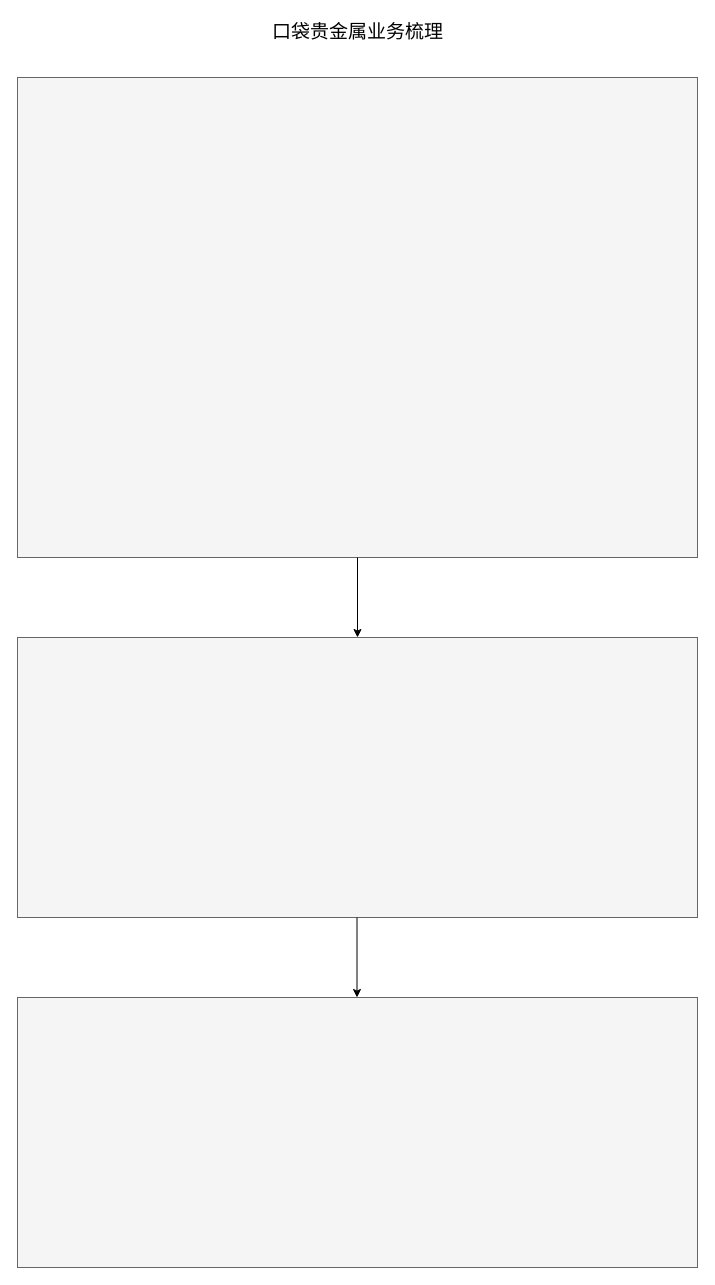
Before: 口袋贵金属业务梳理.drawio in CY-0227/YC_Binary_Config, a draw.io diagram. Source tidied: cells renumbered, new cells numbered last; positions are measured from the earlier drawing's top-left corner, leaving out a move shared by most shapes. Both pictures are drawn from the tidied source at 100%, with x=0, y=0 at pixel (17, 17).
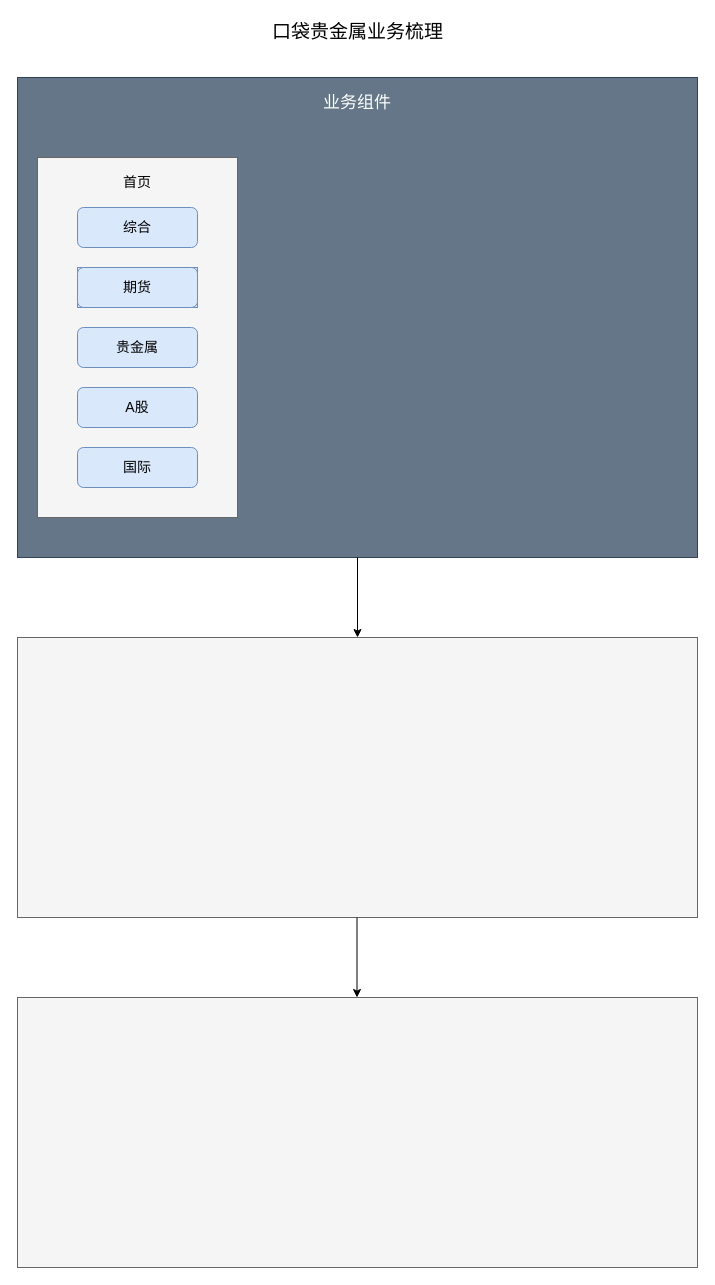
Above is the later version.

Commit message (it also covers changes not shown here):
更新口袋贵金属业务梳理.drawio

Diff of the diagram source:
```diff
@@
-    <mxCell id="2" style="rounded=0;whiteSpace=wrap;html=1;fillColor=#f5f5f5;strokeColor=#666666;fontColor=#333333;" parent="1" vertex="1">
+    <mxCell id="2" style="rounded=0;whiteSpace=wrap;html=1;fillColor=#647687;strokeColor=#314354;fontColor=#ffffff;" parent="1" vertex="1">
       <mxGeometry y="60" width="680" height="480" as="geometry" />
     </mxCell>
@@
+    <mxCell id="9" value="&lt;font style=&quot;font-size: 17px&quot;&gt;业务组件&lt;/font&gt;" style="text;html=1;strokeColor=none;fillColor=none;align=center;verticalAlign=middle;whiteSpace=wrap;rounded=0;fontSize=19;fontColor=#FFFFFF;" parent="1" vertex="1">
+      <mxGeometry x="275" y="70" width="130" height="30" as="geometry" />
+    </mxCell>
+    <mxCell id="10" style="rounded=0;whiteSpace=wrap;html=1;fontSize=17;fontColor=#333333;fillColor=#f5f5f5;strokeColor=#666666;" parent="1" vertex="1">
+      <mxGeometry x="20" y="140" width="200" height="360" as="geometry" />
+    </mxCell>
+    <mxCell id="11" value="&lt;font style=&quot;font-size: 14px&quot;&gt;首页&lt;/font&gt;" style="text;html=1;strokeColor=none;fillColor=none;align=center;verticalAlign=middle;whiteSpace=wrap;rounded=0;fontSize=17;fontColor=#000000;" parent="1" vertex="1">
+      <mxGeometry x="90" y="150" width="60" height="30" as="geometry" />
+    </mxCell>
+    <mxCell id="12" style="group;" parent="1" vertex="1">
+      <mxGeometry x="60" y="190" width="120" height="40" as="geometry" />
+    </mxCell>
+    <mxCell id="13" style="rounded=1;whiteSpace=wrap;html=1;fontSize=14;fillColor=#dae8fc;strokeColor=#6c8ebf;" parent="12" vertex="1">
+      <mxGeometry width="120" height="40" as="geometry" />
+    </mxCell>
+    <mxCell id="14" value="综合" style="text;html=1;strokeColor=none;fillColor=#dae8fc;align=center;verticalAlign=middle;whiteSpace=wrap;rounded=0;fontSize=14;" parent="12" vertex="1">
+      <mxGeometry x="30" y="10" width="60" height="20" as="geometry" />
+    </mxCell>
+    <mxCell id="15" style="group;fillColor=#dae8fc;strokeColor=#6c8ebf;gradientColor=none;rounded=0;glass=0;" parent="1" vertex="1">
+      <mxGeometry x="60" y="250" width="120" height="40" as="geometry" />
+    </mxCell>
+    <mxCell id="16" style="rounded=1;whiteSpace=wrap;html=1;fontSize=14;fillColor=#dae8fc;strokeColor=#6c8ebf;" parent="15" vertex="1">
+      <mxGeometry width="120" height="40" as="geometry" />
+    </mxCell>
+    <mxCell id="17" value="期货" style="text;html=1;strokeColor=none;fillColor=#dae8fc;align=center;verticalAlign=middle;whiteSpace=wrap;rounded=0;fontSize=14;" parent="15" vertex="1">
+      <mxGeometry x="30" y="10" width="60" height="20" as="geometry" />
+    </mxCell>
+    <mxCell id="18" style="group;" parent="1" vertex="1">
+      <mxGeometry x="60" y="310" width="120" height="40" as="geometry" />
+    </mxCell>
+    <mxCell id="19" style="rounded=1;whiteSpace=wrap;html=1;fontSize=14;fillColor=#dae8fc;strokeColor=#6c8ebf;" parent="18" vertex="1">
+      <mxGeometry width="120" height="40" as="geometry" />
+    </mxCell>
+    <mxCell id="20" value="贵金属" style="text;html=1;strokeColor=none;fillColor=none;align=center;verticalAlign=middle;whiteSpace=wrap;rounded=0;fontSize=14;fontColor=#000000;" parent="18" vertex="1">
+      <mxGeometry x="30" y="10" width="60" height="20" as="geometry" />
+    </mxCell>
+    <mxCell id="21" style="group;" parent="1" vertex="1">
+      <mxGeometry x="60" y="370" width="120" height="40" as="geometry" />
+    </mxCell>
+    <mxCell id="22" style="rounded=1;whiteSpace=wrap;html=1;fontSize=14;fillColor=#dae8fc;strokeColor=#6c8ebf;" parent="21" vertex="1">
+      <mxGeometry width="120" height="40" as="geometry" />
+    </mxCell>
+    <mxCell id="23" value="A股" style="text;html=1;strokeColor=none;fillColor=none;align=center;verticalAlign=middle;whiteSpace=wrap;rounded=0;fontSize=14;fontColor=#000000;" parent="21" vertex="1">
+      <mxGeometry x="30" y="10" width="60" height="20" as="geometry" />
+    </mxCell>
+    <mxCell id="24" style="group;" parent="1" vertex="1">
+      <mxGeometry x="60" y="430" width="120" height="40" as="geometry" />
+    </mxCell>
+    <mxCell id="25" style="rounded=1;whiteSpace=wrap;html=1;fontSize=14;fillColor=#dae8fc;strokeColor=#6c8ebf;" parent="24" vertex="1">
+      <mxGeometry width="120" height="40" as="geometry" />
+    </mxCell>
+    <mxCell id="26" value="国际" style="text;html=1;strokeColor=none;fillColor=none;align=center;verticalAlign=middle;whiteSpace=wrap;rounded=0;fontSize=14;fontColor=#000000;" parent="24" vertex="1">
+      <mxGeometry x="30" y="10" width="60" height="20" as="geometry" />
+    </mxCell>
```
